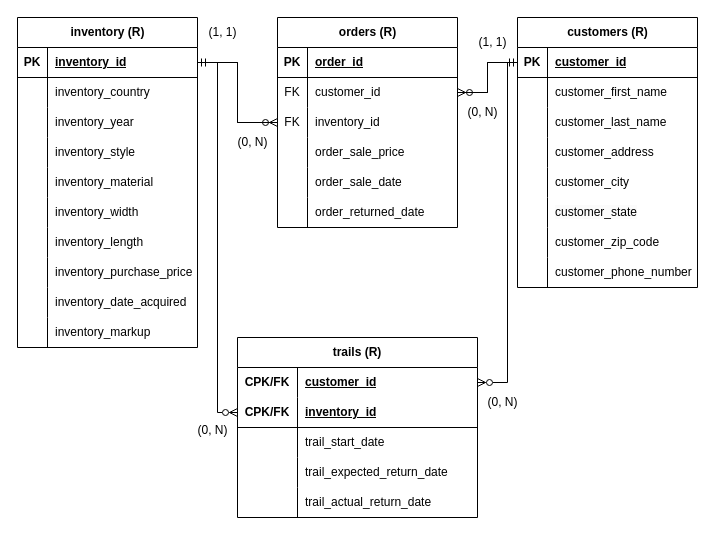
tenghoitkouch/csc362_f24_kouch keeps this draw.io diagram as lab4/flying_carpets_gallery.drawio. Above is the earlier version. Source tidied: cells renumbered, new cells numbered last; positions are measured from the earlier drawing's top-left corner, leaving out a move shared by most shapes. Both pictures are drawn from the tidied source at 100%, with x=0, y=0 at pixel (17, 17).
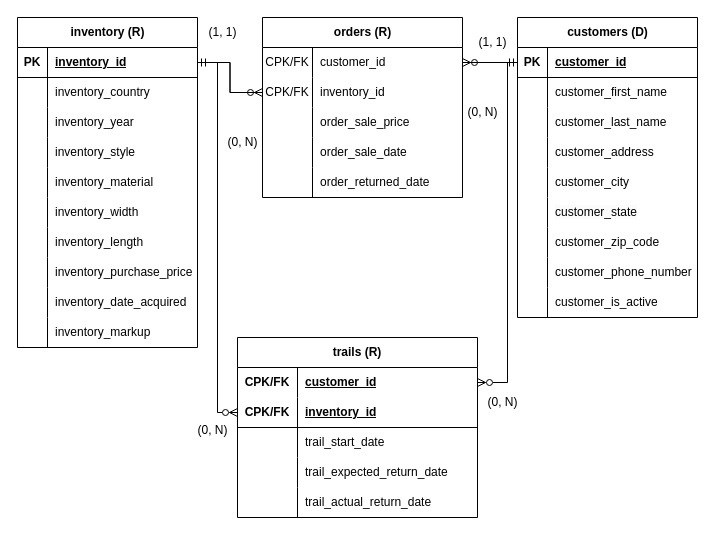
After the change.

Change to the diagram source:
```diff
@@
-    <mxCell id="33" value="customers (R)" style="shape=table;startSize=30;childLayout=tableLayout;rowLines=0;fontStyle=1;align=center;html=1;" parent="1" vertex="1">
-      <mxGeometry x="500" width="180" height="270" as="geometry" />
+    <mxCell id="33" value="customers (D)" style="shape=table;startSize=30;childLayout=tableLayout;rowLines=0;fontStyle=1;align=center;html=1;" parent="1" vertex="1">
+      <mxGeometry x="500" width="180" height="300" as="geometry" />
     </mxCell>
@@
+    <mxCell id="105" style="shape=tableRow;horizontal=0;startSize=0;swimlaneHead=0;swimlaneBody=0;fillColor=none;top=0;left=0;right=0;bottom=0;" parent="33" vertex="1">
+      <mxGeometry y="270" width="180" height="30" as="geometry" />
+    </mxCell>
+    <mxCell id="106" style="shape=partialRectangle;fillColor=none;top=0;left=0;bottom=0;right=0;overflow=hidden;whiteSpace=wrap;html=1;" parent="105" vertex="1">
+      <mxGeometry width="30" height="30" as="geometry" />
+    </mxCell>
+    <mxCell id="107" value="customer_is_active" style="shape=partialRectangle;fillColor=none;top=0;left=0;bottom=0;right=0;align=left;spacingLeft=6;overflow=hidden;whiteSpace=wrap;html=1;" parent="105" vertex="1">
+      <mxGeometry x="30" width="150" height="30" as="geometry" />
+    </mxCell>
     <mxCell id="58" value="orders (R)" style="shape=table;startSize=30;childLayout=tableLayout;rowLines=0;fontStyle=1;align=center;html=1;" parent="1" vertex="1">
-      <mxGeometry x="260" width="180" height="210" as="geometry" />
+      <mxGeometry x="245" width="200" height="180" as="geometry" />
     </mxCell>
-    <mxCell id="59" style="shape=tableRow;horizontal=0;startSize=0;swimlaneHead=0;swimlaneBody=0;fillColor=none;top=0;left=0;right=0;bottom=1;" parent="58" vertex="1">
-      <mxGeometry y="30" width="180" height="30" as="geometry" />
-    </mxCell>
-    <mxCell id="60" value="PK" style="shape=partialRectangle;fillColor=none;top=0;left=0;bottom=0;right=0;fontStyle=1;overflow=hidden;whiteSpace=wrap;html=1;" parent="59" vertex="1">
-      <mxGeometry width="30" height="30" as="geometry" />
-    </mxCell>
-    <mxCell id="61" value="order_id" style="shape=partialRectangle;fillColor=none;top=0;left=0;bottom=0;right=0;align=left;spacingLeft=6;fontStyle=5;overflow=hidden;whiteSpace=wrap;html=1;" parent="59" vertex="1">
-      <mxGeometry x="30" width="150" height="30" as="geometry" />
-    </mxCell>
     <mxCell id="62" style="shape=tableRow;horizontal=0;startSize=0;swimlaneHead=0;swimlaneBody=0;fillColor=none;points=[[0,0.5],[1,0.5]];portConstraint=eastwest;top=0;left=0;right=0;bottom=0;" parent="58" vertex="1">
-      <mxGeometry y="60" width="180" height="30" as="geometry" />
+      <mxGeometry y="30" width="200" height="30" as="geometry" />
     </mxCell>
-    <mxCell id="63" value="FK" style="shape=partialRectangle;fillColor=none;top=0;left=0;bottom=0;right=0;overflow=hidden;whiteSpace=wrap;html=1;" parent="62" vertex="1">
-      <mxGeometry width="30" height="30" as="geometry" />
+    <mxCell id="63" value="CPK/FK" style="shape=partialRectangle;fillColor=none;top=0;left=0;bottom=0;right=0;overflow=hidden;whiteSpace=wrap;html=1;" parent="62" vertex="1">
+      <mxGeometry width="50" height="30" as="geometry" />
     </mxCell>
     <mxCell id="64" value="customer_id" style="shape=partialRectangle;fillColor=none;top=0;left=0;bottom=0;right=0;align=left;spacingLeft=6;overflow=hidden;whiteSpace=wrap;html=1;" parent="62" vertex="1">
-      <mxGeometry x="30" width="150" height="30" as="geometry" />
+      <mxGeometry x="50" width="150" height="30" as="geometry" />
     </mxCell>
     <mxCell id="65" style="shape=tableRow;horizontal=0;startSize=0;swimlaneHead=0;swimlaneBody=0;fillColor=none;points=[[0,0.5],[1,0.5]];portConstraint=eastwest;top=0;left=0;right=0;bottom=0;" parent="58" vertex="1">
-      <mxGeometry y="90" width="180" height="30" as="geometry" />
+      <mxGeometry y="60" width="200" height="30" as="geometry" />
     </mxCell>
-    <mxCell id="66" value="FK" style="shape=partialRectangle;fillColor=none;top=0;left=0;bottom=0;right=0;overflow=hidden;whiteSpace=wrap;html=1;" parent="65" vertex="1">
-      <mxGeometry width="30" height="30" as="geometry" />
+    <mxCell id="66" value="CPK/FK" style="shape=partialRectangle;fillColor=none;top=0;left=0;bottom=0;right=0;overflow=hidden;whiteSpace=wrap;html=1;" parent="65" vertex="1">
+      <mxGeometry width="50" height="30" as="geometry" />
     </mxCell>
     <mxCell id="67" value="inventory_id" style="shape=partialRectangle;fillColor=none;top=0;left=0;bottom=0;right=0;align=left;spacingLeft=6;overflow=hidden;whiteSpace=wrap;html=1;" parent="65" vertex="1">
-      <mxGeometry x="30" width="150" height="30" as="geometry" />
+      <mxGeometry x="50" width="150" height="30" as="geometry" />
     </mxCell>
     <mxCell id="68" style="shape=tableRow;horizontal=0;startSize=0;swimlaneHead=0;swimlaneBody=0;fillColor=none;top=0;left=0;right=0;bottom=0;" parent="58" vertex="1">
-      <mxGeometry y="120" width="180" height="30" as="geometry" />
+      <mxGeometry y="90" width="200" height="30" as="geometry" />
     </mxCell>
     <mxCell id="69" style="shape=partialRectangle;fillColor=none;top=0;left=0;bottom=0;right=0;overflow=hidden;whiteSpace=wrap;html=1;" parent="68" vertex="1">
-      <mxGeometry width="30" height="30" as="geometry" />
+      <mxGeometry width="50" height="30" as="geometry" />
     </mxCell>
     <mxCell id="70" value="order_sale_price" style="shape=partialRectangle;fillColor=none;top=0;left=0;bottom=0;right=0;align=left;spacingLeft=6;overflow=hidden;whiteSpace=wrap;html=1;" parent="68" vertex="1">
-      <mxGeometry x="30" width="150" height="30" as="geometry" />
+      <mxGeometry x="50" width="150" height="30" as="geometry" />
     </mxCell>
     <mxCell id="71" style="shape=tableRow;horizontal=0;startSize=0;swimlaneHead=0;swimlaneBody=0;fillColor=none;top=0;left=0;right=0;bottom=0;" parent="58" vertex="1">
-      <mxGeometry y="150" width="180" height="30" as="geometry" />
+      <mxGeometry y="120" width="200" height="30" as="geometry" />
     </mxCell>
     <mxCell id="72" style="shape=partialRectangle;fillColor=none;top=0;left=0;bottom=0;right=0;overflow=hidden;whiteSpace=wrap;html=1;" parent="71" vertex="1">
-      <mxGeometry width="30" height="30" as="geometry" />
+      <mxGeometry width="50" height="30" as="geometry" />
     </mxCell>
     <mxCell id="73" value="order_sale_date" style="shape=partialRectangle;fillColor=none;top=0;left=0;bottom=0;right=0;align=left;spacingLeft=6;overflow=hidden;whiteSpace=wrap;html=1;" parent="71" vertex="1">
-      <mxGeometry x="30" width="150" height="30" as="geometry" />
+      <mxGeometry x="50" width="150" height="30" as="geometry" />
     </mxCell>
     <mxCell id="74" style="shape=tableRow;horizontal=0;startSize=0;swimlaneHead=0;swimlaneBody=0;fillColor=none;top=0;left=0;right=0;bottom=0;" parent="58" vertex="1">
-      <mxGeometry y="180" width="180" height="30" as="geometry" />
+      <mxGeometry y="150" width="200" height="30" as="geometry" />
     </mxCell>
     <mxCell id="75" style="shape=partialRectangle;fillColor=none;top=0;left=0;bottom=0;right=0;overflow=hidden;whiteSpace=wrap;html=1;" parent="74" vertex="1">
-      <mxGeometry width="30" height="30" as="geometry" />
+      <mxGeometry width="50" height="30" as="geometry" />
     </mxCell>
     <mxCell id="76" value="order_returned_date" style="shape=partialRectangle;fillColor=none;top=0;left=0;bottom=0;right=0;align=left;spacingLeft=6;overflow=hidden;whiteSpace=wrap;html=1;" parent="74" vertex="1">
-      <mxGeometry x="30" width="150" height="30" as="geometry" />
+      <mxGeometry x="50" width="150" height="30" as="geometry" />
     </mxCell>
@@
     <mxCell id="101" value="(0, N)" style="text;html=1;align=center;verticalAlign=middle;strokeColor=none;fillColor=none;" parent="1" vertex="1">
-      <mxGeometry x="210" y="110" width="50" height="30" as="geometry" />
+      <mxGeometry x="200" y="110" width="50" height="30" as="geometry" />
     </mxCell>
```
